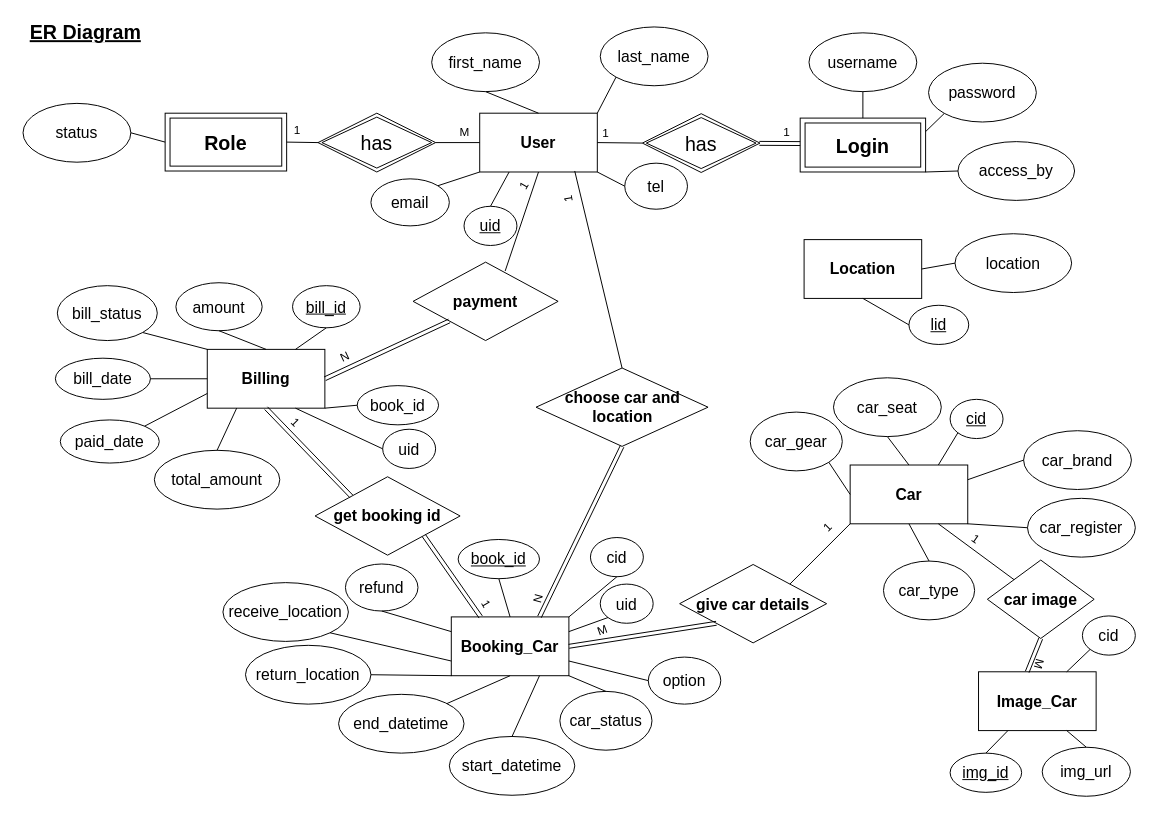
This is page "ER Diagram" (1 of 4) of Online_Car_Rental_System.drawio from Werayootk/Online_Car_Rental_System, a draw.io file, before an edit. Source tidied: cells renumbered, new cells numbered last; positions are measured from the earlier drawing's top-left corner, leaving out a move shared by most shapes. Both pictures are drawn from the tidied source at 98%, with x=0, y=0 at pixel (17, 17).
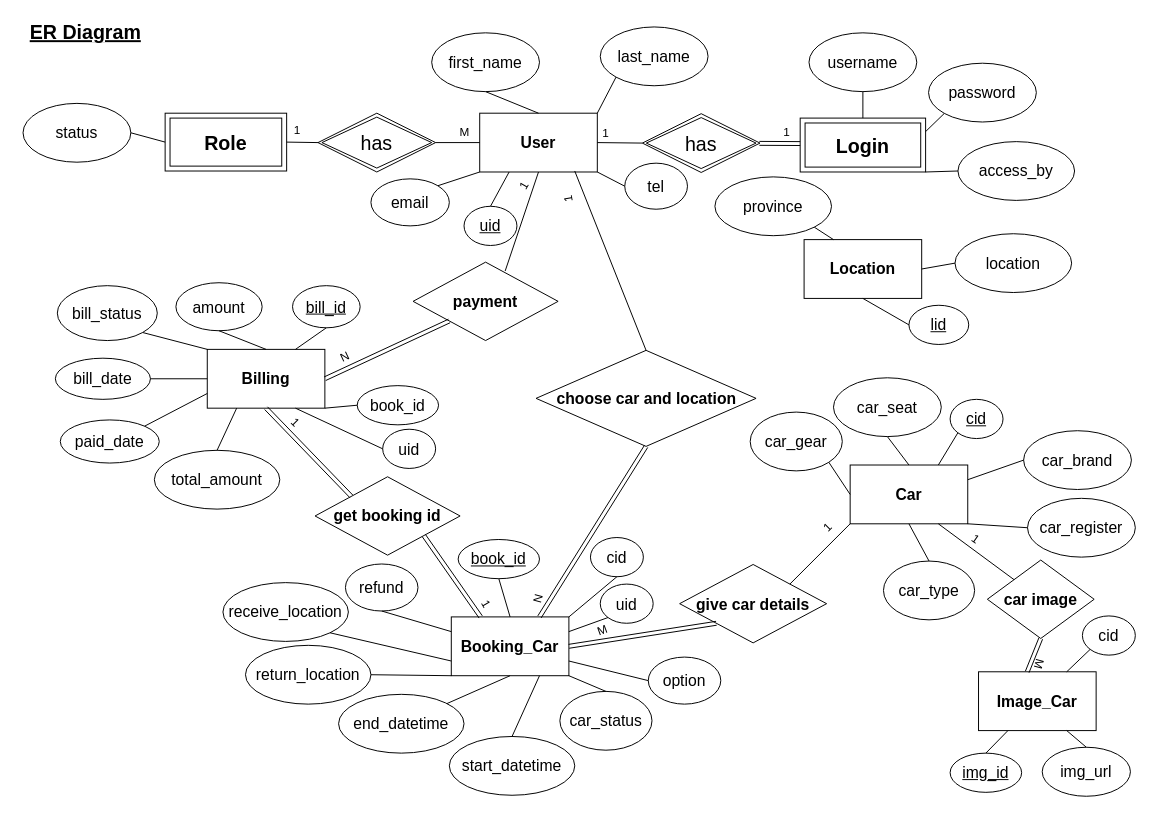
After the change.

The change refers to these unchanged cells:
```xml
<mxCell id="100" value="&lt;b&gt;Location&lt;/b&gt;" style="rounded=0;whiteSpace=wrap;html=1;labelBorderColor=none;fontSize=16;fontColor=#000000;strokeColor=#000000;fillColor=none;" parent="1" vertex="1">
  <mxGeometry x="803" y="227" width="120" height="60" as="geometry" />
</mxCell>
```

The edit, as a diff of the source:
```diff
@@
     <mxCell id="19" value="&lt;b&gt;choose car and location&lt;/b&gt;" style="rhombus;whiteSpace=wrap;html=1;labelBorderColor=none;fontSize=16;fontColor=#000000;strokeColor=#000000;fillColor=none;" parent="1" vertex="1">
-      <mxGeometry x="529.5" y="358" width="175.5" height="80" as="geometry" />
+      <mxGeometry x="529.5" y="340" width="224.5" height="98" as="geometry" />
     </mxCell>
@@
+    <mxCell id="123" value="province" style="ellipse;whiteSpace=wrap;html=1;labelBorderColor=none;fontSize=16;fontColor=#000000;strokeColor=#000000;fillColor=none;" parent="1" vertex="1">
+      <mxGeometry x="712" y="163" width="119" height="60" as="geometry" />
+    </mxCell>
+    <mxCell id="124" style="endArrow=none;html=1;rounded=0;exitX=1;exitY=1;exitDx=0;exitDy=0;entryX=0.25;entryY=0;entryDx=0;entryDy=0;" parent="1" edge="1" source="123" target="100">
+      <mxGeometry relative="1" as="geometry" />
+    </mxCell>
```
